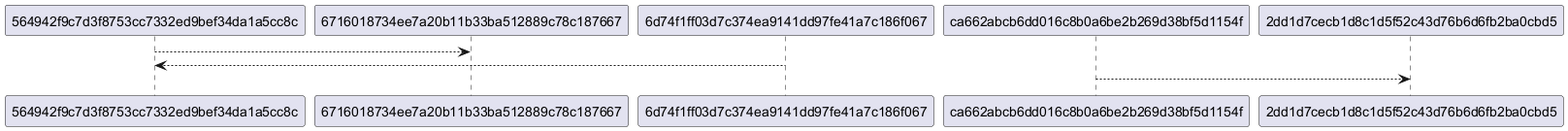
This is dependency_graph.png from Balex7777/Configuration_HW2, a PlantUML export, as it was before one commit. The source it was exported from:
```plantuml
@startuml
"564942f9c7d3f8753cc7332ed9bef34da1a5cc8c" --> "6716018734ee7a20b11b33ba512889c78c187667"
"6d74f1ff03d7c374ea9141dd97fe41a7c186f067" --> "564942f9c7d3f8753cc7332ed9bef34da1a5cc8c"
"ca662abcb6dd016c8b0a6be2b269d38bf5d1154f" --> "2dd1d7cecb1d8c1d5f52c43d76b6d6fb2ba0cbd5"
@enduml
```
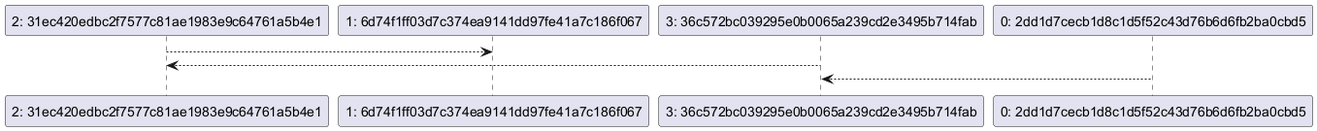
The same diagram one commit later.

Diff of the diagram source:
```diff
@@ -1,5 +1,5 @@
 @startuml
-"564942f9c7d3f8753cc7332ed9bef34da1a5cc8c" --> "6716018734ee7a20b11b33ba512889c78c187667"
-"6d74f1ff03d7c374ea9141dd97fe41a7c186f067" --> "564942f9c7d3f8753cc7332ed9bef34da1a5cc8c"
-"ca662abcb6dd016c8b0a6be2b269d38bf5d1154f" --> "2dd1d7cecb1d8c1d5f52c43d76b6d6fb2ba0cbd5"
+"2: 31ec420edbc2f7577c81ae1983e9c64761a5b4e1" --> "1: 6d74f1ff03d7c374ea9141dd97fe41a7c186f067"
+"3: 36c572bc039295e0b0065a239cd2e3495b714fab" --> "2: 31ec420edbc2f7577c81ae1983e9c64761a5b4e1"
+"0: 2dd1d7cecb1d8c1d5f52c43d76b6d6fb2ba0cbd5" --> "3: 36c572bc039295e0b0065a239cd2e3495b714fab"
 @enduml
```
